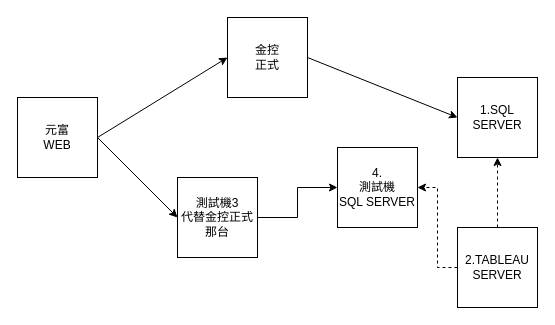
The draw.io diagram Untitled Diagram.drawio in Fun33/code, before the edit. Source tidied: cells renumbered, new cells numbered last; positions are measured from the earlier drawing's top-left corner, leaving out a move shared by most shapes. Both pictures are drawn from the tidied source at 100%, with x=0, y=0 at pixel (17, 17).
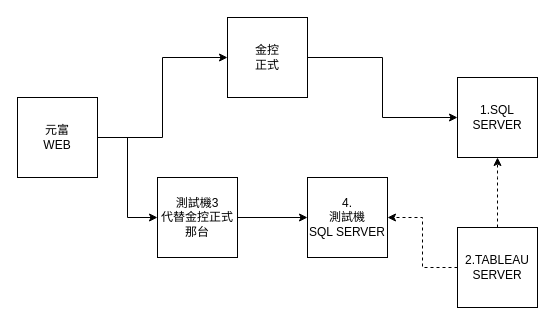
Above is the later version.

The edit, as a diff of the source:
```diff
@@
 <mxGraphModel>
   <root>
     <mxCell id="0" />
     <mxCell id="1" parent="0" />
+    <mxCell id="14" style="edgeStyle=orthogonalEdgeStyle;rounded=0;jettySize=auto;html=1;exitX=1;exitY=0.5;exitDx=0;exitDy=0;entryX=0;entryY=0.5;entryDx=0;entryDy=0;" parent="1" edge="1" source="2" target="4">
+      <mxGeometry relative="1" as="geometry" />
+    </mxCell>
     <mxCell id="2" value="金控&lt;br&gt;正式" style="whiteSpace=wrap;html=1;" parent="1" vertex="1">
       <mxGeometry x="210" width="80" height="80" as="geometry" />
     </mxCell>
+    <mxCell id="15" style="edgeStyle=orthogonalEdgeStyle;rounded=0;jettySize=auto;html=1;exitX=1;exitY=0.5;exitDx=0;exitDy=0;entryX=0;entryY=0.5;entryDx=0;entryDy=0;" parent="1" edge="1" source="3" target="2">
+      <mxGeometry relative="1" as="geometry" />
+    </mxCell>
+    <mxCell id="12" style="edgeStyle=orthogonalEdgeStyle;rounded=0;jettySize=auto;html=1;exitX=1;exitY=0.5;exitDx=0;exitDy=0;entryX=0;entryY=0.5;entryDx=0;entryDy=0;" parent="1" edge="1" source="3" target="11">
+      <mxGeometry relative="1" as="geometry" />
+    </mxCell>
     <mxCell id="3" value="元富&lt;br&gt;WEB" style="whiteSpace=wrap;html=1;" parent="1" vertex="1">
       <mxGeometry y="80" width="80" height="80" as="geometry" />
     </mxCell>
     <mxCell id="4" value="1.SQL&lt;br&gt;SERVER" style="whiteSpace=wrap;html=1;" parent="1" vertex="1">
       <mxGeometry x="440" y="60" width="80" height="80" as="geometry" />
     </mxCell>
     <mxCell id="5" style="edgeStyle=orthogonalEdgeStyle;rounded=0;jettySize=auto;html=1;exitX=0;exitY=0.5;exitDx=0;exitDy=0;entryX=1;entryY=0.5;entryDx=0;entryDy=0;dashed=1;" parent="1" edge="1" source="6" target="13">
       <mxGeometry relative="1" as="geometry" />
     </mxCell>
     <mxCell id="6" value="2.TABLEAU&lt;br&gt;SERVER" style="whiteSpace=wrap;html=1;" parent="1" vertex="1">
       <mxGeometry x="440" y="210" width="80" height="80" as="geometry" />
     </mxCell>
-    <mxCell id="7" style="endArrow=classic;html=1;entryX=0;entryY=0.5;entryDx=0;entryDy=0;" parent="1" edge="1" target="2">
-      <mxGeometry relative="1" as="geometry">
-        <mxPoint x="80" y="120" as="sourcePoint" />
-      </mxGeometry>
-    </mxCell>
-    <mxCell id="8" style="endArrow=classic;html=1;exitX=1;exitY=0.5;exitDx=0;exitDy=0;" parent="1" edge="1" source="2">
-      <mxGeometry relative="1" as="geometry">
-        <mxPoint x="440" y="100" as="targetPoint" />
-      </mxGeometry>
-    </mxCell>
     <mxCell id="9" style="endArrow=classic;html=1;exitX=0.5;exitY=0;exitDx=0;exitDy=0;entryX=0.5;entryY=1;entryDx=0;entryDy=0;dashed=1;" parent="1" edge="1" source="6" target="4">
       <mxGeometry relative="1" as="geometry">
         <Array as="points">
           <mxPoint x="480" y="170" />
         </Array>
       </mxGeometry>
     </mxCell>
-    <mxCell id="10" style="edgeStyle=orthogonalEdgeStyle;rounded=0;jettySize=auto;html=1;exitX=1;exitY=0.5;exitDx=0;exitDy=0;entryX=0;entryY=0.5;entryDx=0;entryDy=0;" parent="1" edge="1" source="11" target="13">
+    <mxCell id="10" style="edgeStyle=orthogonalEdgeStyle;rounded=0;jettySize=auto;html=1;entryX=0;entryY=0.5;entryDx=0;entryDy=0;" parent="1" edge="1" source="11" target="13">
       <mxGeometry relative="1" as="geometry" />
     </mxCell>
     <mxCell id="11" value="測試機3&lt;br&gt;代替金控正式那台" style="whiteSpace=wrap;html=1;" parent="1" vertex="1">
-      <mxGeometry x="160" y="160" width="80" height="80" as="geometry" />
+      <mxGeometry x="140" y="160" width="80" height="80" as="geometry" />
     </mxCell>
-    <mxCell id="12" style="endArrow=classic;html=1;exitX=1;exitY=0.5;exitDx=0;exitDy=0;entryX=0;entryY=0.5;entryDx=0;entryDy=0;" parent="1" edge="1" source="3" target="11">
-      <mxGeometry relative="1" as="geometry" />
-    </mxCell>
     <mxCell id="13" value="4.&lt;br&gt;測試機&lt;br&gt;SQL SERVER" style="whiteSpace=wrap;html=1;" parent="1" vertex="1">
-      <mxGeometry x="320" y="130" width="80" height="80" as="geometry" />
+      <mxGeometry x="290" y="160" width="80" height="80" as="geometry" />
     </mxCell>
   </root>
 </mxGraphModel>
```
